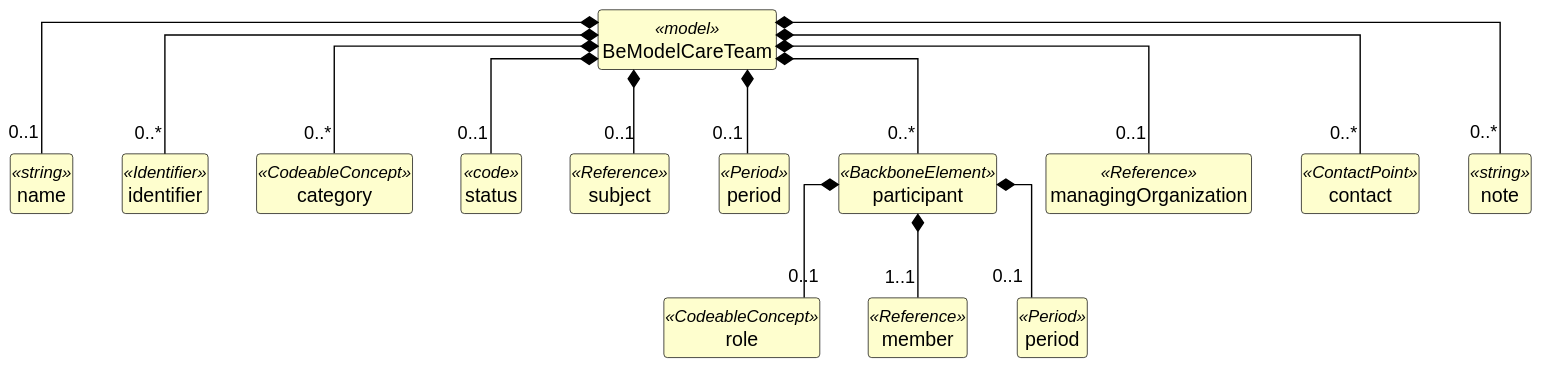
Above: exports/diagrams/BeModelCareTeam-uml.svg in caresets/caresets-src (PlantUML), before the change.
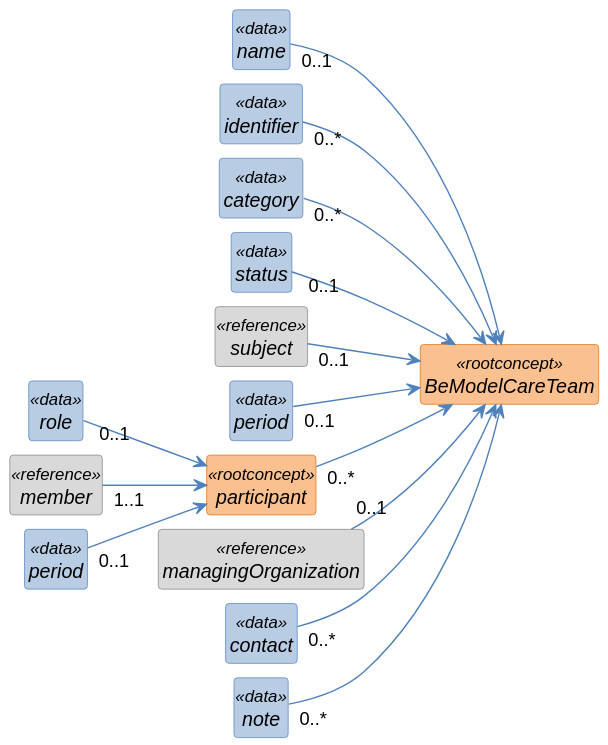
After the change.

The edit, as a diff of the source:
```diff
@@ -1,70 +1,77 @@
 @startuml
+left to right direction
 skinparam shadowing false
+skinparam nodesep 10
+skinparam ranksep 40
 skinparam classAttributeIconSize 0
-skinparam linetype ortho
 skinparam class {
-  BackgroundColor #FEFECE
-  BorderColor #000000
-  ArrowColor #000000
-  FontStyle bold
-  AttributeFontStyle normal
+  FontStyle italic
+  BackgroundColor<<rootconcept>> #FAC08F
+  BorderColor<<rootconcept>> #E36C0A
+  BackgroundColor<<data>> #B8CCE4
+  BorderColor<<data>> #4F81BD
+  BackgroundColor<<reference>> #D9D9D9
+  BorderColor<<reference>> #808080
+  BackgroundColor<<value set>> #C3D69B
+  BorderColor<<value set>> #77933C
+  ArrowColor #4F81BD
 }
 hide circle
 hide empty members
 
-class "BeModelCareTeam" as BeModelCareTeam <<model>> {
+class "BeModelCareTeam" as BeModelCareTeam <<rootconcept>> {
 }
 
-class "name" as BeModelCareTeam_name <<string>> {
+class "name" as BeModelCareTeam_name <<data>> {
 }
 
-class "identifier" as BeModelCareTeam_identifier <<Identifier>> {
+class "identifier" as BeModelCareTeam_identifier <<data>> {
 }
 
-class "category" as BeModelCareTeam_category <<CodeableConcept>> {
+class "category" as BeModelCareTeam_category <<data>> {
 }
 
-class "status" as BeModelCareTeam_status <<code>> {
+class "status" as BeModelCareTeam_status <<data>> {
 }
 
-class "subject" as BeModelCareTeam_subject <<Reference>> {
+class "subject" as BeModelCareTeam_subject <<reference>> {
 }
 
-class "period" as BeModelCareTeam_period <<Period>> {
+class "period" as BeModelCareTeam_period <<data>> {
 }
 
-class "participant" as BeModelCareTeam_participant <<BackboneElement>> {
+class "participant" as BeModelCareTeam_participant <<rootconcept>> {
 }
 
-class "role" as BeModelCareTeam_participant_role <<CodeableConcept>> {
+class "role" as BeModelCareTeam_participant_role <<data>> {
 }
 
-class "member" as BeModelCareTeam_participant_member <<Reference>> {
+class "member" as BeModelCareTeam_participant_member <<reference>> {
 }
 
-class "period" as BeModelCareTeam_participant_period <<Period>> {
+class "period" as BeModelCareTeam_participant_period <<data>> {
 }
 
-class "managingOrganization" as BeModelCareTeam_managingOrganization <<Reference>> {
+class "managingOrganization" as BeModelCareTeam_managingOrganization <<reference>> {
 }
 
-class "contact" as BeModelCareTeam_contact <<ContactPoint>> {
+class "contact" as BeModelCareTeam_contact <<data>> {
 }
 
-class "note" as BeModelCareTeam_note <<string>> {
+class "note" as BeModelCareTeam_note <<data>> {
 }
 
-BeModelCareTeam *-- "0..1" BeModelCareTeam_name
-BeModelCareTeam *-- "0..*" BeModelCareTeam_identifier
-BeModelCareTeam *-- "0..*" BeModelCareTeam_category
-BeModelCareTeam *-- "0..1" BeModelCareTeam_status
-BeModelCareTeam *-- "0..1" BeModelCareTeam_subject
-BeModelCareTeam *-- "0..1" BeModelCareTeam_period
-BeModelCareTeam *-- "0..*" BeModelCareTeam_participant
-BeModelCareTeam_participant *-- "0..1" BeModelCareTeam_participant_role
-BeModelCareTeam_participant *-- "1..1" BeModelCareTeam_participant_member
-BeModelCareTeam_participant *-- "0..1" BeModelCareTeam_participant_period
-BeModelCareTeam *-- "0..1" BeModelCareTeam_managingOrganization
-BeModelCareTeam *-- "0..*" BeModelCareTeam_contact
-BeModelCareTeam *-- "0..*" BeModelCareTeam_note
+BeModelCareTeam_name "0..1" --> BeModelCareTeam
+BeModelCareTeam_identifier "0..*" --> BeModelCareTeam
+BeModelCareTeam_category "0..*" --> BeModelCareTeam
+BeModelCareTeam_status "0..1" --> BeModelCareTeam
+BeModelCareTeam_subject "0..1" --> BeModelCareTeam
+BeModelCareTeam_period "0..1" --> BeModelCareTeam
+BeModelCareTeam_participant "0..*" --> BeModelCareTeam
+BeModelCareTeam_participant_role "0..1" --> BeModelCareTeam_participant
+BeModelCareTeam_participant_member "1..1" --> BeModelCareTeam_participant
+BeModelCareTeam_participant_period "0..1" --> BeModelCareTeam_participant
+BeModelCareTeam_managingOrganization "0..1" --> BeModelCareTeam
+BeModelCareTeam_contact "0..*" --> BeModelCareTeam
+BeModelCareTeam_note "0..*" --> BeModelCareTeam
 @enduml
```
